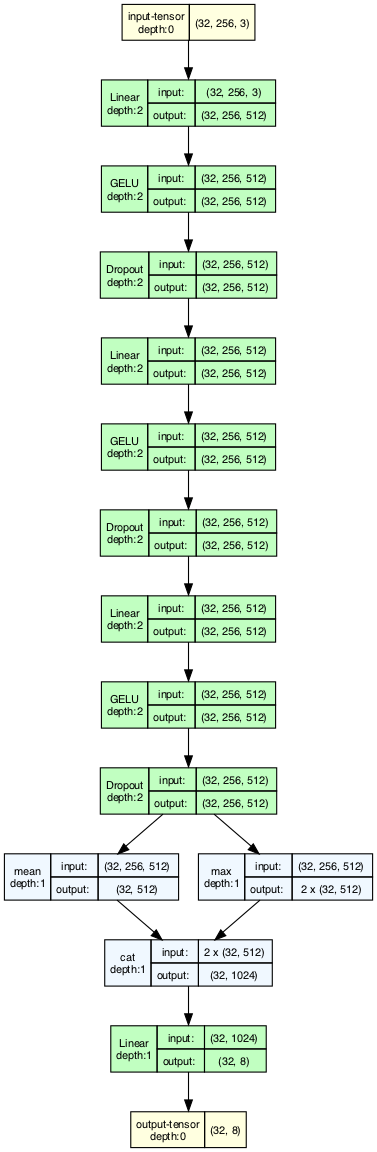
The Graphviz diagram figures/model.gv.png in MiniXC/masked-prosody-modeling-evaluation, before a commit. Its source is kept beside it as figures/model.gv.
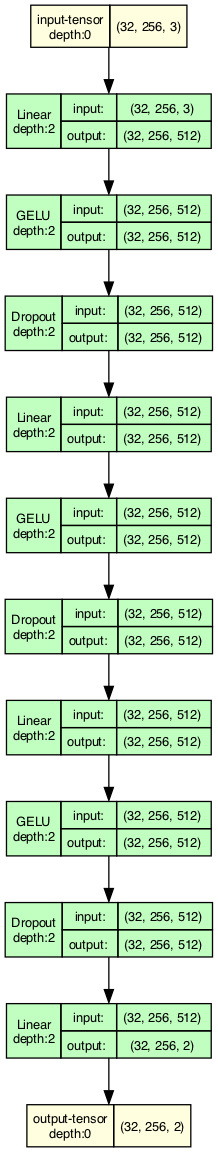
After the change.

Diff of the diagram source:
```diff
@@ -128,58 +128,19 @@
                     <TABLE BORDER="0" CELLBORDER="1"
                     CELLSPACING="0" CELLPADDING="4">
                     <TR>
-                        <TD ROWSPAN="2">mean<BR/>depth:1</TD>
+                        <TD ROWSPAN="2">Linear<BR/>depth:2</TD>
                         <TD COLSPAN="2">input:</TD>
                         <TD COLSPAN="2">(32, 256, 512) </TD>
                     </TR>
                     <TR>
                         <TD COLSPAN="2">output: </TD>
-                        <TD COLSPAN="2">(32, 512) </TD>
+                        <TD COLSPAN="2">(32, 256, 2) </TD>
                     </TR>
-                    </TABLE>> fillcolor=aliceblue]
+                    </TABLE>> fillcolor=darkseagreen1]
 	11 [label=<
                     <TABLE BORDER="0" CELLBORDER="1"
                     CELLSPACING="0" CELLPADDING="4">
-                    <TR>
-                        <TD ROWSPAN="2">max<BR/>depth:1</TD>
-                        <TD COLSPAN="2">input:</TD>
-                        <TD COLSPAN="2">(32, 256, 512) </TD>
-                    </TR>
-                    <TR>
-                        <TD COLSPAN="2">output: </TD>
-                        <TD COLSPAN="2">2 x (32, 512) </TD>
-                    </TR>
-                    </TABLE>> fillcolor=aliceblue]
-	12 [label=<
-                    <TABLE BORDER="0" CELLBORDER="1"
-                    CELLSPACING="0" CELLPADDING="4">
-                    <TR>
-                        <TD ROWSPAN="2">cat<BR/>depth:1</TD>
-                        <TD COLSPAN="2">input:</TD>
-                        <TD COLSPAN="2">2 x (32, 512) </TD>
-                    </TR>
-                    <TR>
-                        <TD COLSPAN="2">output: </TD>
-                        <TD COLSPAN="2">(32, 1024) </TD>
-                    </TR>
-                    </TABLE>> fillcolor=aliceblue]
-	13 [label=<
-                    <TABLE BORDER="0" CELLBORDER="1"
-                    CELLSPACING="0" CELLPADDING="4">
-                    <TR>
-                        <TD ROWSPAN="2">Linear<BR/>depth:1</TD>
-                        <TD COLSPAN="2">input:</TD>
-                        <TD COLSPAN="2">(32, 1024) </TD>
-                    </TR>
-                    <TR>
-                        <TD COLSPAN="2">output: </TD>
-                        <TD COLSPAN="2">(32, 8) </TD>
-                    </TR>
-                    </TABLE>> fillcolor=darkseagreen1]
-	14 [label=<
-                    <TABLE BORDER="0" CELLBORDER="1"
-                    CELLSPACING="0" CELLPADDING="4">
-                        <TR><TD>output-tensor<BR/>depth:0</TD><TD>(32, 8)</TD></TR>
+                        <TR><TD>output-tensor<BR/>depth:0</TD><TD>(32, 256, 2)</TD></TR>
                     </TABLE>> fillcolor=lightyellow]
 	0 -> 1
 	1 -> 2
@@ -191,9 +152,5 @@
 	7 -> 8
 	8 -> 9
 	9 -> 10
-	9 -> 11
-	10 -> 12
-	11 -> 12
-	12 -> 13
-	13 -> 14
+	10 -> 11
 }
```
